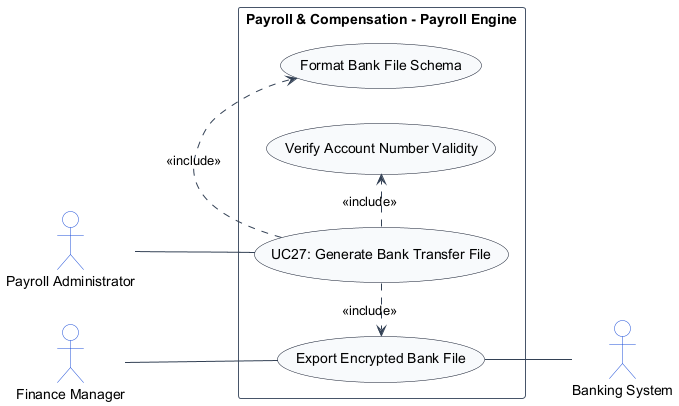
The PlantUML diagram usecase_images/UC27.png in TamBui1706/HRPlatform, before a commit. The source it was exported from:
```plantuml
@startuml
left to right direction
skinparam shadowing false
skinparam packageStyle rectangle
skinparam actorStyle stickman

skinparam ArrowColor #334155
skinparam ActorBorderColor #1d4ed8
skinparam ActorBackgroundColor #ffffff
skinparam UsecaseBorderColor #0f172a
skinparam UsecaseBackgroundColor #f8fafc
skinparam RectangleBorderColor #475569
skinparam RectangleBackgroundColor #ffffff

actor "Payroll Administrator" as PayrollAdministrator
actor "Banking System" as BankingSystem
actor "Finance Manager" as FinanceManager

rectangle "Payroll & Compensation - Payroll Engine" {
    usecase "UC27: Generate Bank Transfer File" as UC_Main
    usecase "Format Bank File Schema" as UC_FormatBank
    usecase "Verify Account Number Validity" as UC_VerifyAccount
    usecase "Export Encrypted Bank File" as UC_ExportFile

    PayrollAdministrator -- UC_Main
    FinanceManager -- UC_ExportFile
    UC_Main .> UC_FormatBank : <<include>>
    UC_Main .> UC_VerifyAccount : <<include>>
    UC_Main .> UC_ExportFile : <<include>>
    UC_ExportFile -- BankingSystem
}
@enduml
```
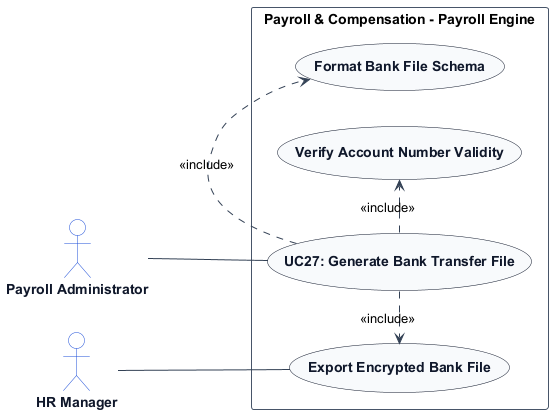
After the change.

Diff of the diagram source:
```diff
@@ -7,14 +7,19 @@
 skinparam ArrowColor #334155
 skinparam ActorBorderColor #1d4ed8
 skinparam ActorBackgroundColor #ffffff
+skinparam ActorFontColor #0f172a
+skinparam ActorFontStyle bold
+
 skinparam UsecaseBorderColor #0f172a
 skinparam UsecaseBackgroundColor #f8fafc
+skinparam UsecaseFontColor #0f172a
+skinparam UsecaseFontStyle bold
+
 skinparam RectangleBorderColor #475569
 skinparam RectangleBackgroundColor #ffffff
 
 actor "Payroll Administrator" as PayrollAdministrator
-actor "Banking System" as BankingSystem
-actor "Finance Manager" as FinanceManager
+actor "HR Manager" as HRManager
 
 rectangle "Payroll & Compensation - Payroll Engine" {
     usecase "UC27: Generate Bank Transfer File" as UC_Main
@@ -23,10 +28,9 @@
     usecase "Export Encrypted Bank File" as UC_ExportFile
 
     PayrollAdministrator -- UC_Main
-    FinanceManager -- UC_ExportFile
+    HRManager -- UC_ExportFile
     UC_Main .> UC_FormatBank : <<include>>
     UC_Main .> UC_VerifyAccount : <<include>>
     UC_Main .> UC_ExportFile : <<include>>
-    UC_ExportFile -- BankingSystem
 }
 @enduml
```
